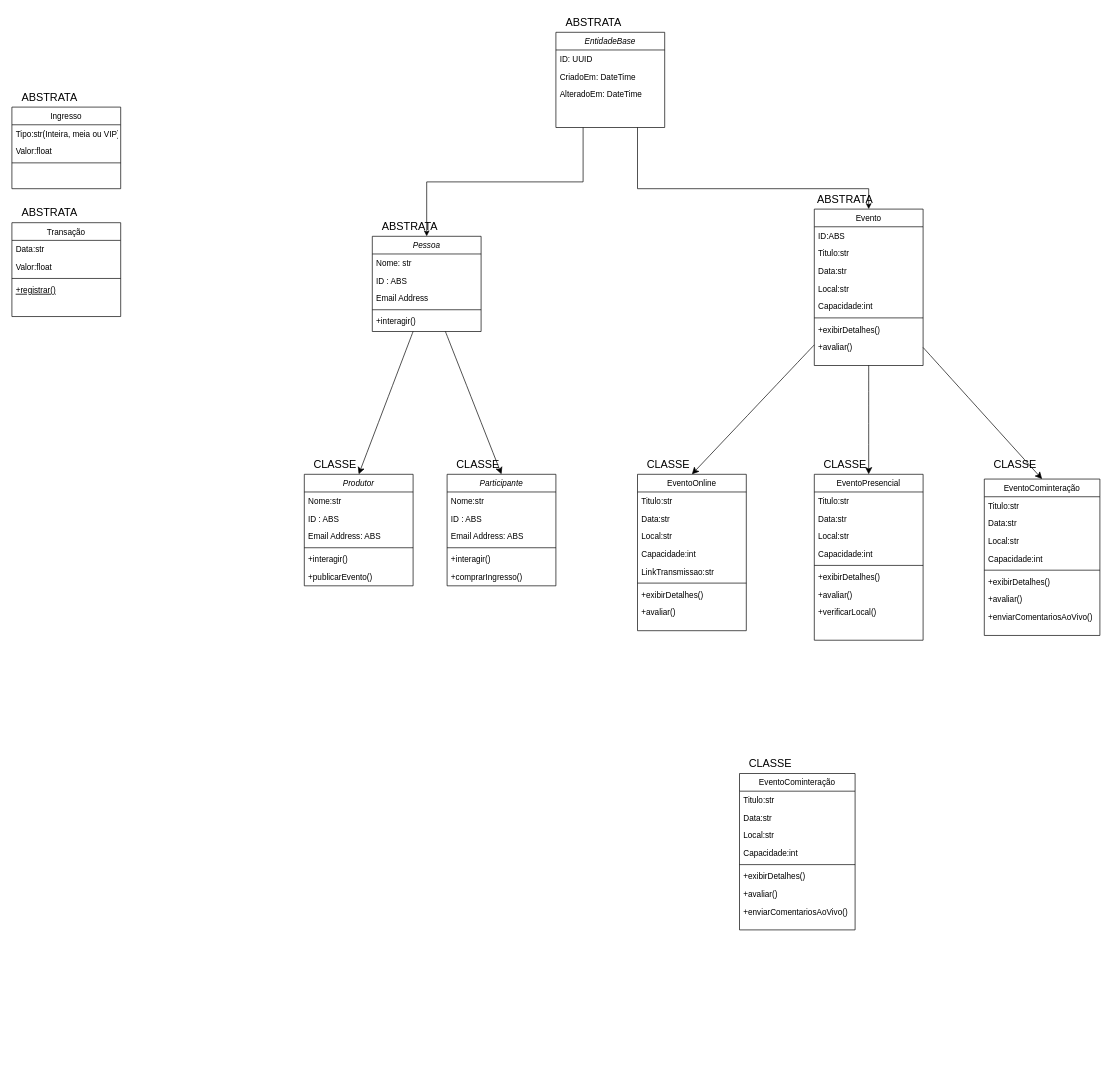
Ryan-Taito-Hadas/DiagramaBeto keeps this draw.io diagram as Diagrama sem nome.drawio. Above is the earlier version. Source tidied: cells renumbered, new cells numbered last; positions are measured from the earlier drawing's top-left corner, leaving out a move shared by most shapes. Both pictures are drawn from the tidied source at 68%, with x=0, y=0 at pixel (12, 12).
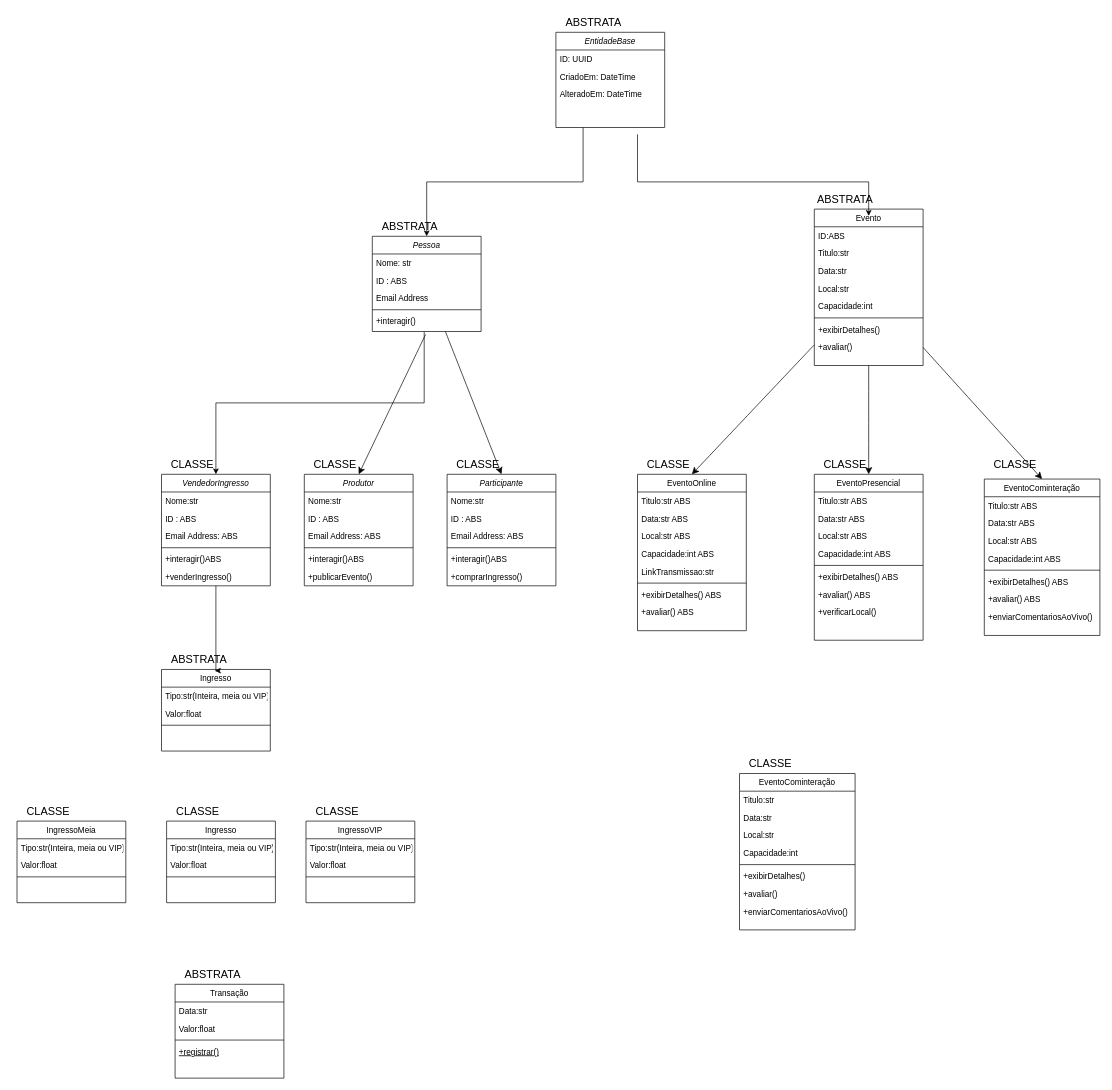
Above is the later version.

The change refers to these unchanged cells:
```xml
<mxCell id="9" value="+interagir()" style="text;align=left;verticalAlign=top;spacingLeft=4;spacingRight=4;overflow=hidden;points=[[0,0.5],[1,0.5]];portConstraint=eastwest;" parent="4" vertex="1">
  <mxGeometry y="112" width="160" height="28" as="geometry" />
</mxCell>
<mxCell id="22" value="Evento" style="swimlane;fontStyle=0;align=center;verticalAlign=top;horizontal=1;startSize=26;rounded=0;shadow=0;strokeWidth=1;" parent="1" vertex="1">
  <mxGeometry x="1180" y="290" width="160" height="230" as="geometry" />
</mxCell>
<mxCell id="35" value="Produtor" style="swimlane;fontStyle=2;align=center;verticalAlign=top;horizontal=1;startSize=26;rounded=0;shadow=0;strokeWidth=1;" parent="1" vertex="1">
  <mxGeometry x="430" y="680" width="160" height="164" as="geometry" />
</mxCell>
<mxCell id="42" value="Participante" style="swimlane;fontStyle=2;align=center;verticalAlign=top;horizontal=1;startSize=26;rounded=0;shadow=0;strokeWidth=1;" parent="1" vertex="1">
  <mxGeometry x="640" y="680" width="160" height="164" as="geometry" />
</mxCell>
<mxCell id="51" value="EventoOnline" style="swimlane;fontStyle=0;align=center;verticalAlign=top;horizontal=1;startSize=26;rounded=0;shadow=0;strokeWidth=1;" parent="1" vertex="1">
  <mxGeometry x="920" y="680" width="160" height="230" as="geometry" />
</mxCell>
<mxCell id="61" value="EventoPresencial" style="swimlane;fontStyle=0;align=center;verticalAlign=top;horizontal=1;startSize=26;rounded=0;shadow=0;strokeWidth=1;" parent="1" vertex="1">
  <mxGeometry x="1180" y="680" width="160" height="244" as="geometry" />
</mxCell>
<mxCell id="71" value="EventoCominteração" style="swimlane;fontStyle=0;align=center;verticalAlign=top;horizontal=1;startSize=26;rounded=0;shadow=0;strokeWidth=1;" parent="1" vertex="1">
  <mxGeometry x="1430" y="687" width="170" height="230" as="geometry" />
</mxCell>
<mxCell id="93" value="EntidadeBase" style="swimlane;fontStyle=2;align=center;verticalAlign=top;horizontal=1;startSize=26;rounded=0;shadow=0;strokeWidth=1;" parent="1" vertex="1">
  <mxGeometry x="800" y="30" width="160" height="140" as="geometry" />
</mxCell>
```

What changed in the source:
```diff
@@
-    <mxCell id="2" style="edgeStyle=none;curved=1;rounded=0;jettySize=auto;html=1;entryX=0.5;entryY=0;entryDx=0;entryDy=0;fontSize=12;startSize=8;endSize=8;" parent="1" edge="1" target="35">
-      <mxGeometry relative="1" as="geometry">
-        <mxPoint x="590" y="470" as="sourcePoint" />
-      </mxGeometry>
+    <mxCell id="2" style="edgeStyle=none;curved=1;rounded=0;jettySize=auto;html=1;entryX=0.5;entryY=0;entryDx=0;entryDy=0;fontSize=12;startSize=8;endSize=8;exitX=0.49;exitY=1.151;exitDx=0;exitDy=0;exitPerimeter=0;" parent="1" edge="1" source="9" target="35">
+      <mxGeometry relative="1" as="geometry" />
     </mxCell>
@@
+    <mxCell id="98" style="edgeStyle=orthogonalEdgeStyle;rounded=0;jettySize=auto;html=1;exitX=0.477;exitY=1.028;exitDx=0;exitDy=0;exitPerimeter=0;" parent="1" edge="1" source="9" target="99">
+      <mxGeometry relative="1" as="geometry" />
+    </mxCell>
@@
     <mxCell id="10" value="Transação" style="swimlane;fontStyle=0;align=center;verticalAlign=top;horizontal=1;startSize=26;rounded=0;shadow=0;strokeWidth=1;" parent="1" vertex="1">
-      <mxGeometry y="310" width="160" height="138" as="geometry" />
+      <mxGeometry x="240" y="1430" width="160" height="138" as="geometry" />
     </mxCell>
@@
-    <mxCell id="15" value="Ingresso" style="swimlane;fontStyle=0;align=center;verticalAlign=top;horizontal=1;startSize=26;rounded=0;shadow=0;strokeWidth=1;" parent="1" vertex="1">
-      <mxGeometry y="140" width="160" height="120" as="geometry" />
+    <mxCell id="15" value="IngressoMeia" style="swimlane;fontStyle=0;align=center;verticalAlign=top;horizontal=1;startSize=26;rounded=0;shadow=0;strokeWidth=1;" parent="1" vertex="1">
+      <mxGeometry x="7.5" y="1190" width="160" height="120" as="geometry" />
     </mxCell>
@@
-    <mxCell id="24" value="Titulo:str" style="text;align=left;verticalAlign=top;spacingLeft=4;spacingRight=4;overflow=hidden;" parent="22" vertex="1">
+    <mxCell id="24" value="Titulo:str " style="text;align=left;verticalAlign=top;spacingLeft=4;spacingRight=4;overflow=hidden;" parent="22" vertex="1">
       <mxGeometry y="52" width="160" height="26" as="geometry" />
     </mxCell>
-    <mxCell id="25" value="Data:str" style="text;align=left;verticalAlign=top;spacingLeft=4;spacingRight=4;overflow=hidden;rounded=0;shadow=0;html=0;" parent="22" vertex="1">
+    <mxCell id="25" value="Data:str " style="text;align=left;verticalAlign=top;spacingLeft=4;spacingRight=4;overflow=hidden;rounded=0;shadow=0;html=0;" parent="22" vertex="1">
       <mxGeometry y="78" width="160" height="26" as="geometry" />
     </mxCell>
-    <mxCell id="26" value="Local:str" style="text;align=left;verticalAlign=top;spacingLeft=4;spacingRight=4;overflow=hidden;rounded=0;shadow=0;html=0;" parent="22" vertex="1">
+    <mxCell id="26" value="Local:str " style="text;align=left;verticalAlign=top;spacingLeft=4;spacingRight=4;overflow=hidden;rounded=0;shadow=0;html=0;" parent="22" vertex="1">
       <mxGeometry y="104" width="160" height="26" as="geometry" />
     </mxCell>
@@
-    <mxCell id="30" value="+avaliar()&#10;&#10;&#10;&#10;&#10;&#10;" style="text;align=left;verticalAlign=top;spacingLeft=4;spacingRight=4;overflow=hidden;" parent="22" vertex="1">
+    <mxCell id="30" value="+avaliar() " style="text;align=left;verticalAlign=top;spacingLeft=4;spacingRight=4;overflow=hidden;" parent="22" vertex="1">
       <mxGeometry y="190" width="160" height="40" as="geometry" />
     </mxCell>
@@
     <mxCell id="33" value="ABSTRATA" style="text;html=1;align=center;verticalAlign=middle;strokeColor=none;fillColor=none;fontSize=16;" parent="1" vertex="1">
-      <mxGeometry y="280" width="110" height="30" as="geometry" />
+      <mxGeometry x="240" y="1400" width="110" height="30" as="geometry" />
     </mxCell>
-    <mxCell id="34" value="ABSTRATA" style="text;html=1;align=center;verticalAlign=middle;strokeColor=none;fillColor=none;fontSize=16;" parent="1" vertex="1">
-      <mxGeometry y="110" width="110" height="30" as="geometry" />
+    <mxCell id="34" value="CLASSE" style="text;html=1;align=center;verticalAlign=middle;strokeColor=none;fillColor=none;fontSize=16;" parent="1" vertex="1">
+      <mxGeometry x="227.5" y="1160" width="90" height="30" as="geometry" />
     </mxCell>
@@
-    <mxCell id="40" value="+interagir()" style="text;align=left;verticalAlign=top;spacingLeft=4;spacingRight=4;overflow=hidden;" parent="35" vertex="1">
+    <mxCell id="40" value="+interagir()ABS" style="text;align=left;verticalAlign=top;spacingLeft=4;spacingRight=4;overflow=hidden;" parent="35" vertex="1">
       <mxGeometry y="112" width="160" height="26" as="geometry" />
     </mxCell>
@@
-    <mxCell id="47" value="+interagir()" style="text;align=left;verticalAlign=top;spacingLeft=4;spacingRight=4;overflow=hidden;" parent="42" vertex="1">
+    <mxCell id="47" value="+interagir()ABS" style="text;align=left;verticalAlign=top;spacingLeft=4;spacingRight=4;overflow=hidden;" parent="42" vertex="1">
       <mxGeometry y="112" width="160" height="26" as="geometry" />
     </mxCell>
@@
-    <mxCell id="52" value="Titulo:str" style="text;align=left;verticalAlign=top;spacingLeft=4;spacingRight=4;overflow=hidden;" parent="51" vertex="1">
+    <mxCell id="52" value="Titulo:str ABS" style="text;align=left;verticalAlign=top;spacingLeft=4;spacingRight=4;overflow=hidden;" parent="51" vertex="1">
       <mxGeometry y="26" width="160" height="26" as="geometry" />
     </mxCell>
-    <mxCell id="53" value="Data:str" style="text;align=left;verticalAlign=top;spacingLeft=4;spacingRight=4;overflow=hidden;rounded=0;shadow=0;html=0;" parent="51" vertex="1">
+    <mxCell id="53" value="Data:str ABS" style="text;align=left;verticalAlign=top;spacingLeft=4;spacingRight=4;overflow=hidden;rounded=0;shadow=0;html=0;" parent="51" vertex="1">
       <mxGeometry y="52" width="160" height="26" as="geometry" />
     </mxCell>
-    <mxCell id="54" value="Local:str" style="text;align=left;verticalAlign=top;spacingLeft=4;spacingRight=4;overflow=hidden;rounded=0;shadow=0;html=0;" parent="51" vertex="1">
+    <mxCell id="54" value="Local:str ABS" style="text;align=left;verticalAlign=top;spacingLeft=4;spacingRight=4;overflow=hidden;rounded=0;shadow=0;html=0;" parent="51" vertex="1">
       <mxGeometry y="78" width="160" height="26" as="geometry" />
     </mxCell>
-    <mxCell id="55" value="Capacidade:int" style="text;align=left;verticalAlign=top;spacingLeft=4;spacingRight=4;overflow=hidden;rounded=0;shadow=0;html=0;" parent="51" vertex="1">
+    <mxCell id="55" value="Capacidade:int ABS" style="text;align=left;verticalAlign=top;spacingLeft=4;spacingRight=4;overflow=hidden;rounded=0;shadow=0;html=0;" parent="51" vertex="1">
       <mxGeometry y="104" width="160" height="26" as="geometry" />
     </mxCell>
@@
-    <mxCell id="58" value="+exibirDetalhes()" style="text;align=left;verticalAlign=top;spacingLeft=4;spacingRight=4;overflow=hidden;" parent="51" vertex="1">
+    <mxCell id="58" value="+exibirDetalhes() ABS" style="text;align=left;verticalAlign=top;spacingLeft=4;spacingRight=4;overflow=hidden;" parent="51" vertex="1">
       <mxGeometry y="164" width="160" height="26" as="geometry" />
     </mxCell>
-    <mxCell id="59" value="+avaliar()&#10;&#10;&#10;&#10;&#10;&#10;" style="text;align=left;verticalAlign=top;spacingLeft=4;spacingRight=4;overflow=hidden;" parent="51" vertex="1">
+    <mxCell id="59" value="+avaliar() ABS&#10;&#10;&#10;&#10;&#10;" style="text;align=left;verticalAlign=top;spacingLeft=4;spacingRight=4;overflow=hidden;" parent="51" vertex="1">
       <mxGeometry y="190" width="160" height="40" as="geometry" />
     </mxCell>
@@
-    <mxCell id="62" value="Titulo:str" style="text;align=left;verticalAlign=top;spacingLeft=4;spacingRight=4;overflow=hidden;" parent="61" vertex="1">
+    <mxCell id="62" value="Titulo:str ABS" style="text;align=left;verticalAlign=top;spacingLeft=4;spacingRight=4;overflow=hidden;" parent="61" vertex="1">
       <mxGeometry y="26" width="160" height="26" as="geometry" />
     </mxCell>
-    <mxCell id="63" value="Data:str" style="text;align=left;verticalAlign=top;spacingLeft=4;spacingRight=4;overflow=hidden;rounded=0;shadow=0;html=0;" parent="61" vertex="1">
+    <mxCell id="63" value="Data:str ABS" style="text;align=left;verticalAlign=top;spacingLeft=4;spacingRight=4;overflow=hidden;rounded=0;shadow=0;html=0;" parent="61" vertex="1">
       <mxGeometry y="52" width="160" height="26" as="geometry" />
     </mxCell>
-    <mxCell id="64" value="Local:str" style="text;align=left;verticalAlign=top;spacingLeft=4;spacingRight=4;overflow=hidden;rounded=0;shadow=0;html=0;" parent="61" vertex="1">
+    <mxCell id="64" value="Local:str ABS" style="text;align=left;verticalAlign=top;spacingLeft=4;spacingRight=4;overflow=hidden;rounded=0;shadow=0;html=0;" parent="61" vertex="1">
       <mxGeometry y="78" width="160" height="26" as="geometry" />
     </mxCell>
-    <mxCell id="65" value="Capacidade:int" style="text;align=left;verticalAlign=top;spacingLeft=4;spacingRight=4;overflow=hidden;rounded=0;shadow=0;html=0;" parent="61" vertex="1">
+    <mxCell id="65" value="Capacidade:int ABS" style="text;align=left;verticalAlign=top;spacingLeft=4;spacingRight=4;overflow=hidden;rounded=0;shadow=0;html=0;" parent="61" vertex="1">
       <mxGeometry y="104" width="160" height="26" as="geometry" />
     </mxCell>
@@
-    <mxCell id="67" value="+exibirDetalhes()" style="text;align=left;verticalAlign=top;spacingLeft=4;spacingRight=4;overflow=hidden;" parent="61" vertex="1">
+    <mxCell id="67" value="+exibirDetalhes() ABS" style="text;align=left;verticalAlign=top;spacingLeft=4;spacingRight=4;overflow=hidden;" parent="61" vertex="1">
       <mxGeometry y="138" width="160" height="26" as="geometry" />
     </mxCell>
-    <mxCell id="68" value="+avaliar()&#10;&#10;&#10;&#10;&#10;&#10;" style="text;align=left;verticalAlign=top;spacingLeft=4;spacingRight=4;overflow=hidden;" parent="61" vertex="1">
+    <mxCell id="68" value="+avaliar() ABS" style="text;align=left;verticalAlign=top;spacingLeft=4;spacingRight=4;overflow=hidden;" parent="61" vertex="1">
       <mxGeometry y="164" width="160" height="26" as="geometry" />
     </mxCell>
@@
-    <mxCell id="72" value="Titulo:str" style="text;align=left;verticalAlign=top;spacingLeft=4;spacingRight=4;overflow=hidden;" parent="71" vertex="1">
+    <mxCell id="72" value="Titulo:str ABS" style="text;align=left;verticalAlign=top;spacingLeft=4;spacingRight=4;overflow=hidden;" parent="71" vertex="1">
       <mxGeometry y="26" width="170" height="26" as="geometry" />
     </mxCell>
-    <mxCell id="73" value="Data:str" style="text;align=left;verticalAlign=top;spacingLeft=4;spacingRight=4;overflow=hidden;rounded=0;shadow=0;html=0;" parent="71" vertex="1">
+    <mxCell id="73" value="Data:str ABS" style="text;align=left;verticalAlign=top;spacingLeft=4;spacingRight=4;overflow=hidden;rounded=0;shadow=0;html=0;" parent="71" vertex="1">
       <mxGeometry y="52" width="170" height="26" as="geometry" />
     </mxCell>
-    <mxCell id="74" value="Local:str" style="text;align=left;verticalAlign=top;spacingLeft=4;spacingRight=4;overflow=hidden;rounded=0;shadow=0;html=0;" parent="71" vertex="1">
+    <mxCell id="74" value="Local:str ABS" style="text;align=left;verticalAlign=top;spacingLeft=4;spacingRight=4;overflow=hidden;rounded=0;shadow=0;html=0;" parent="71" vertex="1">
       <mxGeometry y="78" width="170" height="26" as="geometry" />
     </mxCell>
-    <mxCell id="75" value="Capacidade:int" style="text;align=left;verticalAlign=top;spacingLeft=4;spacingRight=4;overflow=hidden;rounded=0;shadow=0;html=0;" parent="71" vertex="1">
+    <mxCell id="75" value="Capacidade:int ABS" style="text;align=left;verticalAlign=top;spacingLeft=4;spacingRight=4;overflow=hidden;rounded=0;shadow=0;html=0;" parent="71" vertex="1">
       <mxGeometry y="104" width="170" height="26" as="geometry" />
     </mxCell>
@@
-    <mxCell id="77" value="+exibirDetalhes()" style="text;align=left;verticalAlign=top;spacingLeft=4;spacingRight=4;overflow=hidden;" parent="71" vertex="1">
+    <mxCell id="77" value="+exibirDetalhes() ABS" style="text;align=left;verticalAlign=top;spacingLeft=4;spacingRight=4;overflow=hidden;" parent="71" vertex="1">
       <mxGeometry y="138" width="170" height="26" as="geometry" />
     </mxCell>
-    <mxCell id="78" value="+avaliar()&#10;&#10;&#10;&#10;&#10;&#10;" style="text;align=left;verticalAlign=top;spacingLeft=4;spacingRight=4;overflow=hidden;" parent="71" vertex="1">
+    <mxCell id="78" value="+avaliar() ABS" style="text;align=left;verticalAlign=top;spacingLeft=4;spacingRight=4;overflow=hidden;" parent="71" vertex="1">
       <mxGeometry y="164" width="170" height="26" as="geometry" />
     </mxCell>
@@
-    <mxCell id="91" style="edgeStyle=orthogonalEdgeStyle;rounded=0;jettySize=auto;html=1;exitX=0.75;exitY=1;exitDx=0;exitDy=0;" parent="1" edge="1" source="93" target="22">
+    <mxCell id="91" style="edgeStyle=orthogonalEdgeStyle;rounded=0;orthogonalLoop=1;jettySize=auto;html=1;exitX=0.75;exitY=1;exitDx=0;exitDy=0;" parent="1" edge="1">
       <mxGeometry relative="1" as="geometry">
+        <mxPoint x="920" y="180" as="sourcePoint" />
+        <mxPoint x="1260" y="300" as="targetPoint" />
         <Array as="points">
-          <mxPoint x="920" y="260" />
-          <mxPoint x="1260" y="260" />
+          <mxPoint x="920" y="250" />
+          <mxPoint x="1260" y="250" />
         </Array>
       </mxGeometry>
     </mxCell>
@@
+    <mxCell id="99" value="VendedorIngresso" style="swimlane;fontStyle=2;align=center;verticalAlign=top;horizontal=1;startSize=26;rounded=0;shadow=0;strokeWidth=1;" parent="1" vertex="1">
+      <mxGeometry x="220" y="680" width="160" height="164" as="geometry" />
+    </mxCell>
+    <mxCell id="100" value="Nome:str" style="text;align=left;verticalAlign=top;spacingLeft=4;spacingRight=4;overflow=hidden;" parent="99" vertex="1">
+      <mxGeometry y="26" width="160" height="26" as="geometry" />
+    </mxCell>
+    <mxCell id="101" value="ID : ABS" style="text;align=left;verticalAlign=top;spacingLeft=4;spacingRight=4;overflow=hidden;rounded=0;shadow=0;html=0;" parent="99" vertex="1">
+      <mxGeometry y="52" width="160" height="26" as="geometry" />
+    </mxCell>
+    <mxCell id="102" value="Email Address: ABS" style="text;align=left;verticalAlign=top;spacingLeft=4;spacingRight=4;overflow=hidden;rounded=0;shadow=0;html=0;" parent="99" vertex="1">
+      <mxGeometry y="78" width="160" height="26" as="geometry" />
+    </mxCell>
+    <mxCell id="103" style="line;html=1;strokeWidth=1;align=left;verticalAlign=middle;spacingTop=-1;spacingLeft=3;spacingRight=3;labelPosition=right;" parent="99" vertex="1">
+      <mxGeometry y="104" width="160" height="8" as="geometry" />
+    </mxCell>
+    <mxCell id="104" value="+interagir()ABS" style="text;align=left;verticalAlign=top;spacingLeft=4;spacingRight=4;overflow=hidden;" parent="99" vertex="1">
+      <mxGeometry y="112" width="160" height="26" as="geometry" />
+    </mxCell>
+    <mxCell id="105" value="+venderIngresso()" style="text;align=left;verticalAlign=top;spacingLeft=4;spacingRight=4;overflow=hidden;" parent="99" vertex="1">
+      <mxGeometry y="138" width="160" height="26" as="geometry" />
+    </mxCell>
+    <mxCell id="106" value="CLASSE" style="text;html=1;align=center;verticalAlign=middle;strokeColor=none;fillColor=none;fontSize=16;" parent="1" vertex="1">
+      <mxGeometry x="220" y="650" width="90" height="30" as="geometry" />
+    </mxCell>
+    <mxCell id="107" value="Ingresso" style="swimlane;fontStyle=0;align=center;verticalAlign=top;horizontal=1;startSize=26;rounded=0;shadow=0;strokeWidth=1;" parent="1" vertex="1">
+      <mxGeometry x="227.5" y="1190" width="160" height="120" as="geometry" />
+    </mxCell>
+    <mxCell id="108" value="Tipo:str(Inteira, meia ou VIP)" style="text;align=left;verticalAlign=top;spacingLeft=4;spacingRight=4;overflow=hidden;" parent="107" vertex="1">
+      <mxGeometry y="26" width="160" height="26" as="geometry" />
+    </mxCell>
+    <mxCell id="109" value="Valor:float" style="text;align=left;verticalAlign=top;spacingLeft=4;spacingRight=4;overflow=hidden;" parent="107" vertex="1">
+      <mxGeometry y="52" width="160" height="26" as="geometry" />
+    </mxCell>
+    <mxCell id="110" style="line;html=1;strokeWidth=1;align=left;verticalAlign=middle;spacingTop=-1;spacingLeft=3;spacingRight=3;labelPosition=right;" parent="107" vertex="1">
+      <mxGeometry y="78" width="160" height="8" as="geometry" />
+    </mxCell>
+    <mxCell id="111" value="CLASSE" style="text;html=1;align=center;verticalAlign=middle;strokeColor=none;fillColor=none;fontSize=16;" parent="1" vertex="1">
+      <mxGeometry x="7.5" y="1160" width="90" height="30" as="geometry" />
+    </mxCell>
+    <mxCell id="112" value="Ingresso" style="swimlane;fontStyle=0;align=center;verticalAlign=top;horizontal=1;startSize=26;rounded=0;shadow=0;strokeWidth=1;" parent="1" vertex="1">
+      <mxGeometry x="220" y="967" width="160" height="120" as="geometry" />
+    </mxCell>
+    <mxCell id="113" value="Tipo:str(Inteira, meia ou VIP)" style="text;align=left;verticalAlign=top;spacingLeft=4;spacingRight=4;overflow=hidden;" parent="112" vertex="1">
+      <mxGeometry y="26" width="160" height="26" as="geometry" />
+    </mxCell>
+    <mxCell id="114" value="Valor:float" style="text;align=left;verticalAlign=top;spacingLeft=4;spacingRight=4;overflow=hidden;" parent="112" vertex="1">
+      <mxGeometry y="52" width="160" height="26" as="geometry" />
+    </mxCell>
+    <mxCell id="115" style="line;html=1;strokeWidth=1;align=left;verticalAlign=middle;spacingTop=-1;spacingLeft=3;spacingRight=3;labelPosition=right;" parent="112" vertex="1">
+      <mxGeometry y="78" width="160" height="8" as="geometry" />
+    </mxCell>
+    <mxCell id="116" value="ABSTRATA" style="text;html=1;align=center;verticalAlign=middle;points=[];strokeColor=none;fillColor=none;fontSize=16;" parent="1" vertex="1">
+      <mxGeometry x="220" y="937" width="110" height="30" as="geometry" />
+    </mxCell>
+    <mxCell id="117" style="edgeStyle=orthogonalEdgeStyle;rounded=0;jettySize=auto;html=1;entryX=0.715;entryY=1.064;entryDx=0;entryDy=0;entryPerimeter=0;" parent="1" edge="1" source="99" target="116">
+      <mxGeometry relative="1" as="geometry">
+        <Array as="points">
+          <mxPoint x="300" y="969" />
+        </Array>
+      </mxGeometry>
+    </mxCell>
+    <mxCell id="118" value="CLASSE" style="text;html=1;align=center;verticalAlign=middle;strokeColor=none;fillColor=none;fontSize=16;" parent="1" vertex="1">
+      <mxGeometry x="432.5" y="1160" width="90" height="30" as="geometry" />
+    </mxCell>
+    <mxCell id="119" value="IngressoVIP" style="swimlane;fontStyle=0;align=center;verticalAlign=top;horizontal=1;startSize=26;rounded=0;shadow=0;strokeWidth=1;" parent="1" vertex="1">
+      <mxGeometry x="432.5" y="1190" width="160" height="120" as="geometry" />
+    </mxCell>
+    <mxCell id="120" value="Tipo:str(Inteira, meia ou VIP)" style="text;align=left;verticalAlign=top;spacingLeft=4;spacingRight=4;overflow=hidden;" parent="119" vertex="1">
+      <mxGeometry y="26" width="160" height="26" as="geometry" />
+    </mxCell>
+    <mxCell id="121" value="Valor:float" style="text;align=left;verticalAlign=top;spacingLeft=4;spacingRight=4;overflow=hidden;" parent="119" vertex="1">
+      <mxGeometry y="52" width="160" height="26" as="geometry" />
+    </mxCell>
+    <mxCell id="122" style="line;html=1;strokeWidth=1;align=left;verticalAlign=middle;spacingTop=-1;spacingLeft=3;spacingRight=3;labelPosition=right;" parent="119" vertex="1">
+      <mxGeometry y="78" width="160" height="8" as="geometry" />
+    </mxCell>
```
